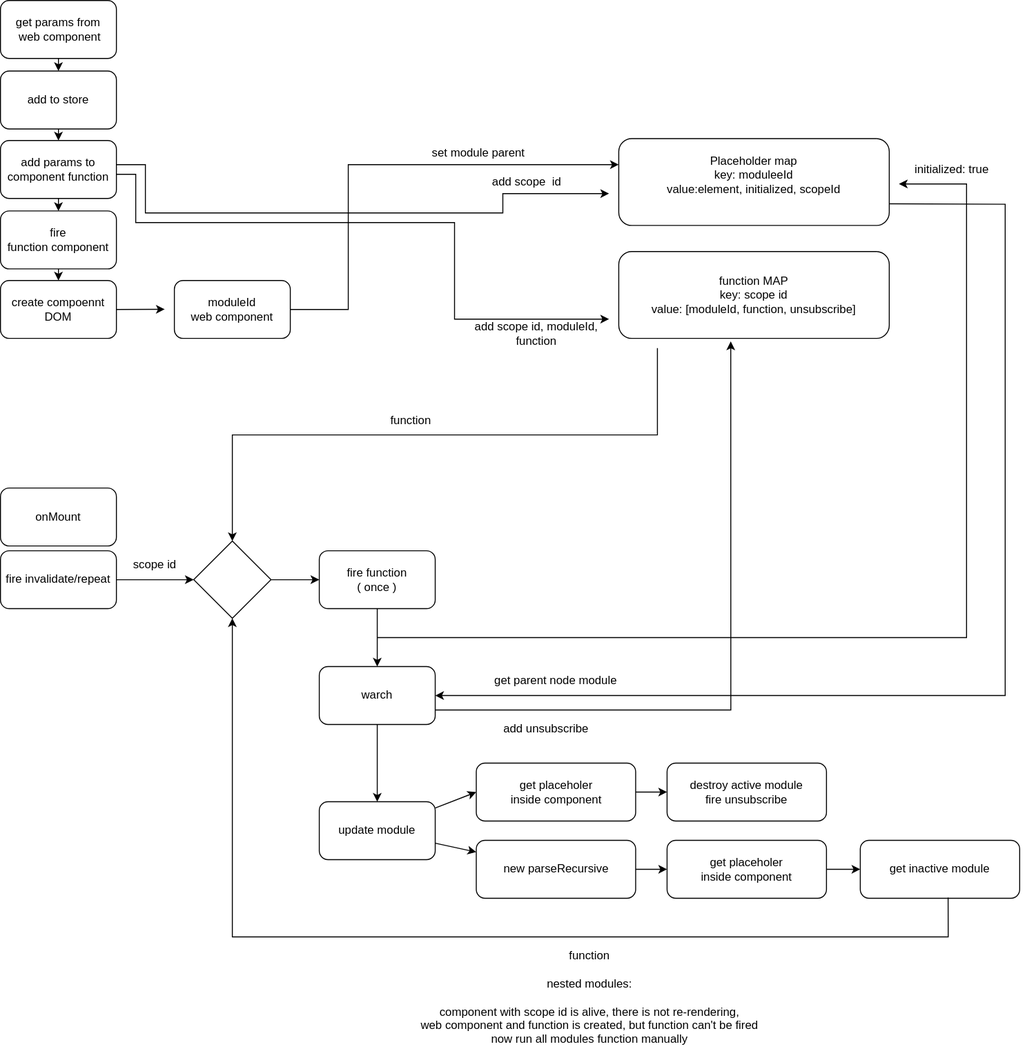
Before: src/js/mobjs/doc/invalidate-repeat.svg, a diagram exported from draw.io (albnavarro/mobbu). Source tidied: cells renumbered, new cells last; positions are measured from the earlier drawing's top-left corner, leaving out a move shared by most shapes.
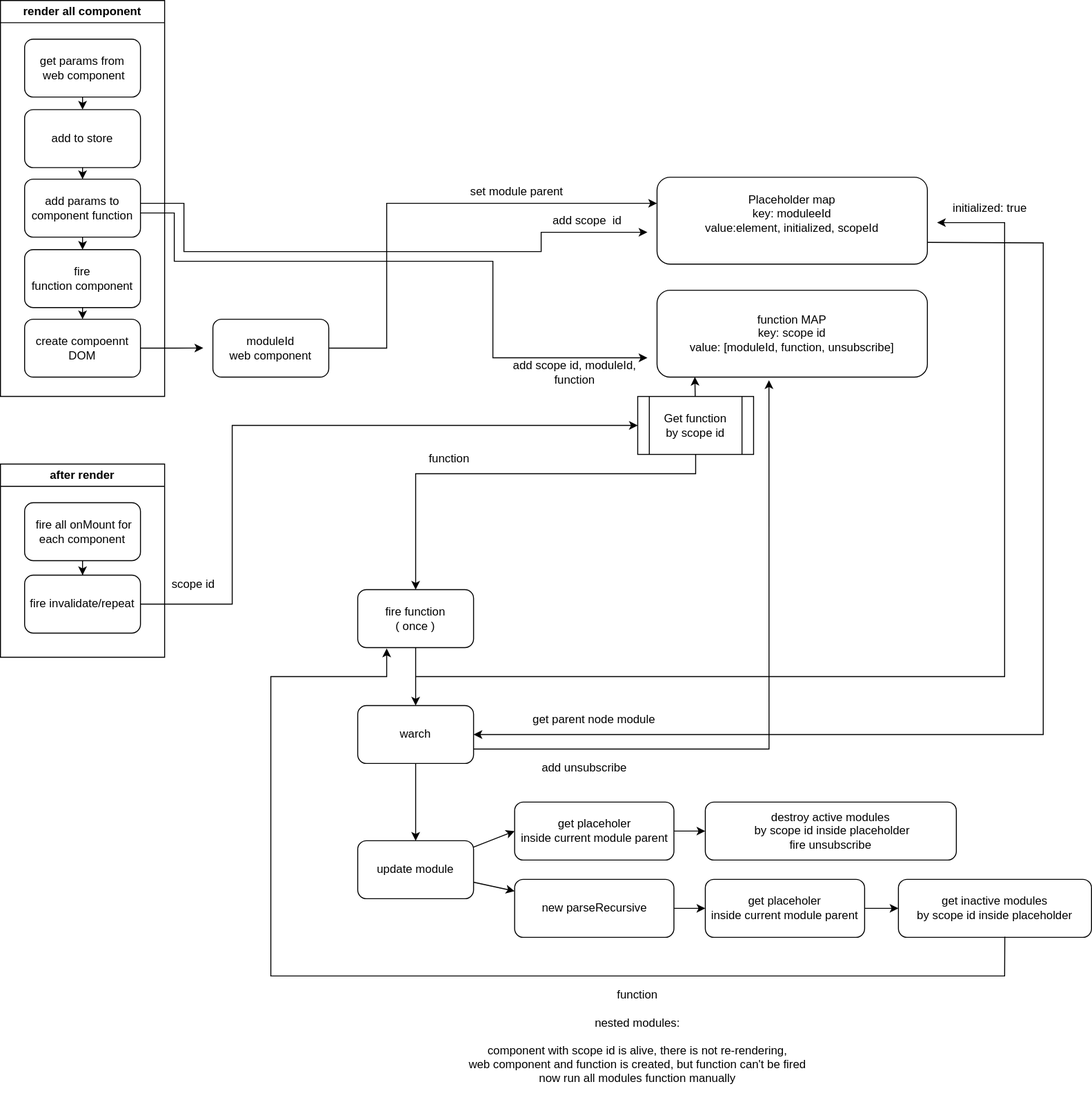
The same diagram one commit later.

Commit message:
feat(mobJss): update modules schema

Change to the diagram source:
```diff
@@ -2,44 +2,19 @@
   <root>
     <mxCell id="0" />
     <mxCell id="1" parent="0" />
-    <mxCell id="2" style="edgeStyle=none;rounded=0;jettySize=auto;html=1;exitX=0.5;exitY=1;exitDx=0;exitDy=0;entryX=0.5;entryY=0;entryDx=0;entryDy=0;" parent="1" edge="1" source="3" target="5">
-      <mxGeometry relative="1" as="geometry" />
-    </mxCell>
-    <mxCell id="3" value="add params to component function" style="rounded=1;whiteSpace=wrap;html=1;" parent="1" vertex="1">
-      <mxGeometry y="145" width="120" height="60" as="geometry" />
-    </mxCell>
-    <mxCell id="4" style="edgeStyle=none;rounded=0;jettySize=auto;html=1;entryX=0.5;entryY=0;entryDx=0;entryDy=0;" parent="1" edge="1" source="5" target="7">
-      <mxGeometry relative="1" as="geometry" />
-    </mxCell>
-    <mxCell id="5" value="fire&lt;div&gt;function component&lt;/div&gt;" style="rounded=1;whiteSpace=wrap;html=1;" parent="1" vertex="1">
-      <mxGeometry y="218" width="120" height="60" as="geometry" />
-    </mxCell>
     <mxCell id="6" style="edgeStyle=none;rounded=0;jettySize=auto;html=1;exitX=1;exitY=0.5;exitDx=0;exitDy=0;" parent="1" edge="1" source="7">
       <mxGeometry relative="1" as="geometry">
         <mxPoint x="170" y="319.8" as="targetPoint" />
       </mxGeometry>
     </mxCell>
-    <mxCell id="7" value="create compoennt DOM" style="rounded=1;whiteSpace=wrap;html=1;" parent="1" vertex="1">
-      <mxGeometry y="290" width="120" height="60" as="geometry" />
-    </mxCell>
-    <mxCell id="8" style="edgeStyle=none;rounded=0;jettySize=auto;html=1;exitX=1;exitY=0.5;exitDx=0;exitDy=0;entryX=0;entryY=0.5;entryDx=0;entryDy=0;" parent="1" edge="1" source="9" target="24">
-      <mxGeometry relative="1" as="geometry" />
+    <mxCell id="8" style="edgeStyle=none;rounded=0;jettySize=auto;html=1;exitX=1;exitY=0.5;exitDx=0;exitDy=0;entryX=0;entryY=0.5;entryDx=0;entryDy=0;" parent="1" edge="1" source="9" target="52">
+      <mxGeometry relative="1" as="geometry">
+        <Array as="points">
+          <mxPoint x="200" y="585" />
+          <mxPoint x="200" y="400" />
+        </Array>
+      </mxGeometry>
     </mxCell>
-    <mxCell id="9" value="fire invalidate/repeat" style="rounded=1;whiteSpace=wrap;html=1;" parent="1" vertex="1">
-      <mxGeometry y="570" width="120" height="60" as="geometry" />
-    </mxCell>
-    <mxCell id="10" style="edgeStyle=none;rounded=0;jettySize=auto;html=1;exitX=0.5;exitY=1;exitDx=0;exitDy=0;entryX=0.5;entryY=0;entryDx=0;entryDy=0;" parent="1" edge="1" source="11" target="3">
-      <mxGeometry relative="1" as="geometry" />
-    </mxCell>
-    <mxCell id="11" value="add to store" style="rounded=1;whiteSpace=wrap;html=1;" parent="1" vertex="1">
-      <mxGeometry y="73" width="120" height="60" as="geometry" />
-    </mxCell>
-    <mxCell id="12" style="edgeStyle=none;rounded=0;jettySize=auto;html=1;" parent="1" edge="1" source="13" target="11">
-      <mxGeometry relative="1" as="geometry" />
-    </mxCell>
-    <mxCell id="13" value="get params from&lt;div&gt;&amp;nbsp;web component&lt;/div&gt;" style="rounded=1;whiteSpace=wrap;html=1;" parent="1" vertex="1">
-      <mxGeometry width="120" height="60" as="geometry" />
-    </mxCell>
     <mxCell id="14" value="Placeholder map&lt;br&gt;key: moduleeId&lt;br&gt;&lt;div&gt;value:element,&amp;nbsp;&lt;span style=&quot;background-color: initial;&quot;&gt;initialized,&amp;nbsp;&lt;/span&gt;&lt;span style=&quot;background-color: initial;&quot;&gt;scopeId&lt;/span&gt;&lt;/div&gt;&lt;div&gt;&amp;nbsp;&lt;/div&gt;" style="rounded=1;whiteSpace=wrap;html=1;" parent="1" vertex="1">
       <mxGeometry x="640" y="143" width="280" height="90" as="geometry" />
     </mxCell>
@@ -73,11 +48,10 @@
       </mxGeometry>
     </mxCell>
     <mxCell id="20" value="add scope&amp;nbsp; id" style="text;html=1;align=center;verticalAlign=middle;whiteSpace=wrap;rounded=0;" parent="1" vertex="1">
-      <mxGeometry x="470" y="173" width="150" height="30" as="geometry" />
+      <mxGeometry x="492.5" y="173" width="150" height="30" as="geometry" />
     </mxCell>
-    <mxCell id="21" style="endArrow=classic;html=1;rounded=0;" parent="1" edge="1">
+    <mxCell id="21" style="endArrow=classic;html=1;rounded=0;exitX=0.998;exitY=0.583;exitDx=0;exitDy=0;exitPerimeter=0;" parent="1" edge="1" source="3">
       <mxGeometry relative="1" as="geometry">
-        <mxPoint x="120" y="180" as="sourcePoint" />
         <mxPoint x="630" y="330" as="targetPoint" />
         <Array as="points">
           <mxPoint x="140" y="180" />
@@ -90,24 +64,9 @@
     <mxCell id="22" value="add scope id, moduleId, function" style="text;html=1;align=center;verticalAlign=middle;whiteSpace=wrap;rounded=0;" parent="1" vertex="1">
       <mxGeometry x="480" y="330" width="150" height="30" as="geometry" />
     </mxCell>
-    <mxCell id="23" style="edgeStyle=none;rounded=0;jettySize=auto;html=1;exitX=1;exitY=0.5;exitDx=0;exitDy=0;entryX=0;entryY=0.5;entryDx=0;entryDy=0;" parent="1" edge="1" source="24" target="29">
-      <mxGeometry relative="1" as="geometry" />
-    </mxCell>
-    <mxCell id="24" style="rhombus;whiteSpace=wrap;html=1;" parent="1" vertex="1">
-      <mxGeometry x="200" y="560" width="80" height="80" as="geometry" />
-    </mxCell>
     <mxCell id="25" value="scope id" style="text;html=1;align=center;verticalAlign=middle;whiteSpace=wrap;rounded=0;" parent="1" vertex="1">
-      <mxGeometry x="130" y="570" width="60" height="30" as="geometry" />
+      <mxGeometry x="130" y="550" width="60" height="30" as="geometry" />
     </mxCell>
-    <mxCell id="26" style="endArrow=classic;html=1;rounded=0;entryX=0.5;entryY=0;entryDx=0;entryDy=0;" parent="1" edge="1" target="24">
-      <mxGeometry relative="1" as="geometry">
-        <mxPoint x="680" y="360" as="sourcePoint" />
-        <Array as="points">
-          <mxPoint x="680" y="450" />
-          <mxPoint x="240" y="450" />
-        </Array>
-      </mxGeometry>
-    </mxCell>
     <mxCell id="27" value="function" style="text;html=1;align=center;verticalAlign=middle;whiteSpace=wrap;rounded=0;" parent="1" vertex="1">
       <mxGeometry x="350" y="420" width="150" height="30" as="geometry" />
     </mxCell>
@@ -170,14 +129,14 @@
     <mxCell id="41" style="edgeStyle=none;rounded=0;jettySize=auto;html=1;entryX=0;entryY=0.5;entryDx=0;entryDy=0;" parent="1" edge="1" source="42" target="43">
       <mxGeometry relative="1" as="geometry" />
     </mxCell>
-    <mxCell id="42" value="&lt;div&gt;get placeholer&lt;/div&gt;&lt;div&gt;inside component&lt;/div&gt;" style="rounded=1;whiteSpace=wrap;html=1;" parent="1" vertex="1">
+    <mxCell id="42" value="&lt;div&gt;get placeholer&lt;/div&gt;&lt;div&gt;inside current&amp;nbsp;&lt;span style=&quot;background-color: initial;&quot;&gt;module parent&lt;/span&gt;&lt;/div&gt;" style="rounded=1;whiteSpace=wrap;html=1;" parent="1" vertex="1">
       <mxGeometry x="492.5" y="790" width="165" height="60" as="geometry" />
     </mxCell>
-    <mxCell id="43" value="&lt;div&gt;destroy active module&lt;/div&gt;&lt;div&gt;fire unsubscribe&lt;/div&gt;" style="rounded=1;whiteSpace=wrap;html=1;" parent="1" vertex="1">
-      <mxGeometry x="690" y="790" width="165" height="60" as="geometry" />
+    <mxCell id="43" value="&lt;div&gt;destroy active modules&lt;/div&gt;&lt;div&gt;&amp;nbsp;&lt;span style=&quot;background-color: initial;&quot;&gt;by scope id inside placeholder&lt;/span&gt;&lt;/div&gt;&lt;div&gt;fire unsubscribe&lt;/div&gt;" style="rounded=1;whiteSpace=wrap;html=1;" parent="1" vertex="1">
+      <mxGeometry x="690" y="790" width="260" height="60" as="geometry" />
     </mxCell>
-    <mxCell id="44" value="&lt;div&gt;get inactive module&lt;/div&gt;" style="rounded=1;whiteSpace=wrap;html=1;" parent="1" vertex="1">
-      <mxGeometry x="890" y="870" width="165" height="60" as="geometry" />
+    <mxCell id="44" value="&lt;div&gt;get inactive modules&lt;/div&gt;&lt;div&gt;by scope id inside placeholder&lt;/div&gt;" style="rounded=1;whiteSpace=wrap;html=1;" parent="1" vertex="1">
+      <mxGeometry x="890" y="870" width="200" height="60" as="geometry" />
     </mxCell>
     <mxCell id="45" style="edgeStyle=none;rounded=0;jettySize=auto;html=1;entryX=0;entryY=0.5;entryDx=0;entryDy=0;" parent="1" edge="1" source="46" target="48">
       <mxGeometry relative="1" as="geometry" />
@@ -188,22 +147,79 @@
     <mxCell id="47" style="edgeStyle=none;rounded=0;jettySize=auto;html=1;entryX=0;entryY=0.5;entryDx=0;entryDy=0;" parent="1" edge="1" source="48" target="44">
       <mxGeometry relative="1" as="geometry" />
     </mxCell>
-    <mxCell id="48" value="&lt;div&gt;get placeholer&lt;/div&gt;&lt;div&gt;inside component&lt;/div&gt;" style="rounded=1;whiteSpace=wrap;html=1;" parent="1" vertex="1">
+    <mxCell id="48" value="&lt;div&gt;get placeholer&lt;/div&gt;&lt;div&gt;inside current&amp;nbsp;&lt;span style=&quot;background-color: initial;&quot;&gt;module parent&lt;/span&gt;&lt;/div&gt;" style="rounded=1;whiteSpace=wrap;html=1;" parent="1" vertex="1">
       <mxGeometry x="690" y="870" width="165" height="60" as="geometry" />
     </mxCell>
-    <mxCell id="49" style="endArrow=classic;html=1;rounded=0;exitX=0.551;exitY=0.989;exitDx=0;exitDy=0;exitPerimeter=0;entryX=0.5;entryY=1;entryDx=0;entryDy=0;" parent="1" edge="1" source="44" target="24">
-      <mxGeometry relative="1" as="geometry">
-        <Array as="points">
-          <mxPoint x="981" y="970" />
-          <mxPoint x="240" y="970" />
-        </Array>
-      </mxGeometry>
-    </mxCell>
     <mxCell id="50" value="function&lt;div&gt;&lt;br&gt;&lt;div&gt;nested modules:&lt;/div&gt;&lt;div&gt;&lt;br&gt;&lt;div&gt;&lt;div&gt;&amp;nbsp;component with scope id is alive, there is not re-rendering,&amp;nbsp;&lt;/div&gt;&lt;div&gt;web component and function is created, but function can't be fired&lt;br&gt;now run all modules function manually&lt;br&gt;&amp;nbsp;&lt;/div&gt;&lt;/div&gt;&lt;/div&gt;&lt;/div&gt;" style="text;html=1;align=center;verticalAlign=middle;whiteSpace=wrap;rounded=0;" parent="1" vertex="1">
-      <mxGeometry x="240" y="1000" width="740" height="80" as="geometry" />
+      <mxGeometry x="250" y="980" width="740" height="120" as="geometry" />
     </mxCell>
+    <mxCell id="52" value="Get function&lt;div&gt;by scope id&lt;/div&gt;" style="shape=process;whiteSpace=wrap;html=1;backgroundOutline=1;" parent="1" vertex="1">
+      <mxGeometry x="620" y="370" width="120" height="60" as="geometry" />
+    </mxCell>
+    <mxCell id="53" style="endArrow=classic;html=1;rounded=0;entryX=0.5;entryY=0;entryDx=0;entryDy=0;" parent="1" edge="1" target="29">
+      <mxGeometry relative="1" as="geometry">
+        <mxPoint x="680" y="430" as="sourcePoint" />
+        <Array as="points">
+          <mxPoint x="680" y="450" />
+          <mxPoint x="390" y="450" />
+        </Array>
+      </mxGeometry>
+    </mxCell>
+    <mxCell id="54" style="edgeStyle=none;rounded=0;jettySize=auto;html=1;entryX=0.14;entryY=0.997;entryDx=0;entryDy=0;entryPerimeter=0;" parent="1" edge="1" source="52" target="15">
+      <mxGeometry relative="1" as="geometry" />
+    </mxCell>
+    <mxCell id="55" style="endArrow=classic;html=1;rounded=0;exitX=0.551;exitY=0.989;exitDx=0;exitDy=0;exitPerimeter=0;" parent="1" edge="1" source="44">
+      <mxGeometry relative="1" as="geometry">
+        <mxPoint x="360" y="631" as="targetPoint" />
+        <Array as="points">
+          <mxPoint x="1000" y="970" />
+          <mxPoint x="240" y="970" />
+          <mxPoint x="240" y="660" />
+          <mxPoint x="360" y="660" />
+        </Array>
+      </mxGeometry>
+    </mxCell>
+    <mxCell id="56" value="render all component" style="swimlane;whiteSpace=wrap;html=1;startSize=23;" parent="1" vertex="1">
+      <mxGeometry x="-40" y="-40" width="170" height="410" as="geometry" />
+    </mxCell>
+    <mxCell id="13" value="get params from&lt;div&gt;&amp;nbsp;web component&lt;/div&gt;" style="rounded=1;whiteSpace=wrap;html=1;" parent="56" vertex="1">
+      <mxGeometry x="25" y="40" width="120" height="60" as="geometry" />
+    </mxCell>
+    <mxCell id="11" value="add to store" style="rounded=1;whiteSpace=wrap;html=1;" parent="56" vertex="1">
+      <mxGeometry x="25" y="113" width="120" height="60" as="geometry" />
+    </mxCell>
+    <mxCell id="3" value="add params to component function" style="rounded=1;whiteSpace=wrap;html=1;" parent="56" vertex="1">
+      <mxGeometry x="25" y="185" width="120" height="60" as="geometry" />
+    </mxCell>
+    <mxCell id="5" value="fire&lt;div&gt;function component&lt;/div&gt;" style="rounded=1;whiteSpace=wrap;html=1;" parent="56" vertex="1">
+      <mxGeometry x="25" y="258" width="120" height="60" as="geometry" />
+    </mxCell>
+    <mxCell id="12" style="edgeStyle=none;rounded=0;jettySize=auto;html=1;" parent="56" edge="1" source="13" target="11">
+      <mxGeometry relative="1" as="geometry" />
+    </mxCell>
+    <mxCell id="10" style="edgeStyle=none;rounded=0;jettySize=auto;html=1;exitX=0.5;exitY=1;exitDx=0;exitDy=0;entryX=0.5;entryY=0;entryDx=0;entryDy=0;" parent="56" edge="1" source="11" target="3">
+      <mxGeometry relative="1" as="geometry" />
+    </mxCell>
+    <mxCell id="2" style="edgeStyle=none;rounded=0;jettySize=auto;html=1;exitX=0.5;exitY=1;exitDx=0;exitDy=0;entryX=0.5;entryY=0;entryDx=0;entryDy=0;" parent="56" edge="1" source="3" target="5">
+      <mxGeometry relative="1" as="geometry" />
+    </mxCell>
+    <mxCell id="7" value="create compoennt DOM" style="rounded=1;whiteSpace=wrap;html=1;" parent="56" vertex="1">
+      <mxGeometry x="25" y="330" width="120" height="60" as="geometry" />
+    </mxCell>
+    <mxCell id="4" style="edgeStyle=none;rounded=0;jettySize=auto;html=1;entryX=0.5;entryY=0;entryDx=0;entryDy=0;" parent="56" edge="1" source="5" target="7">
+      <mxGeometry relative="1" as="geometry" />
+    </mxCell>
+    <mxCell id="57" value="after render" style="swimlane;whiteSpace=wrap;html=1;" parent="1" vertex="1">
+      <mxGeometry x="-40" y="440" width="170" height="200" as="geometry" />
+    </mxCell>
+    <mxCell id="58" style="edgeStyle=orthogonalEdgeStyle;rounded=0;jettySize=auto;html=1;" parent="57" edge="1" source="51" target="9">
+      <mxGeometry relative="1" as="geometry" />
+    </mxCell>
-    <mxCell id="51" value="onMount" style="rounded=1;whiteSpace=wrap;html=1;" parent="1" vertex="1">
-      <mxGeometry y="505" width="120" height="60" as="geometry" />
+    <mxCell id="51" value="&amp;nbsp;fire all onMount for each component" style="rounded=1;whiteSpace=wrap;html=1;" parent="57" vertex="1">
+      <mxGeometry x="25" y="40" width="120" height="60" as="geometry" />
     </mxCell>
+    <mxCell id="9" value="fire invalidate/repeat" style="rounded=1;whiteSpace=wrap;html=1;" parent="57" vertex="1">
+      <mxGeometry x="25" y="115" width="120" height="60" as="geometry" />
+    </mxCell>
   </root>
 </mxGraphModel>
```
